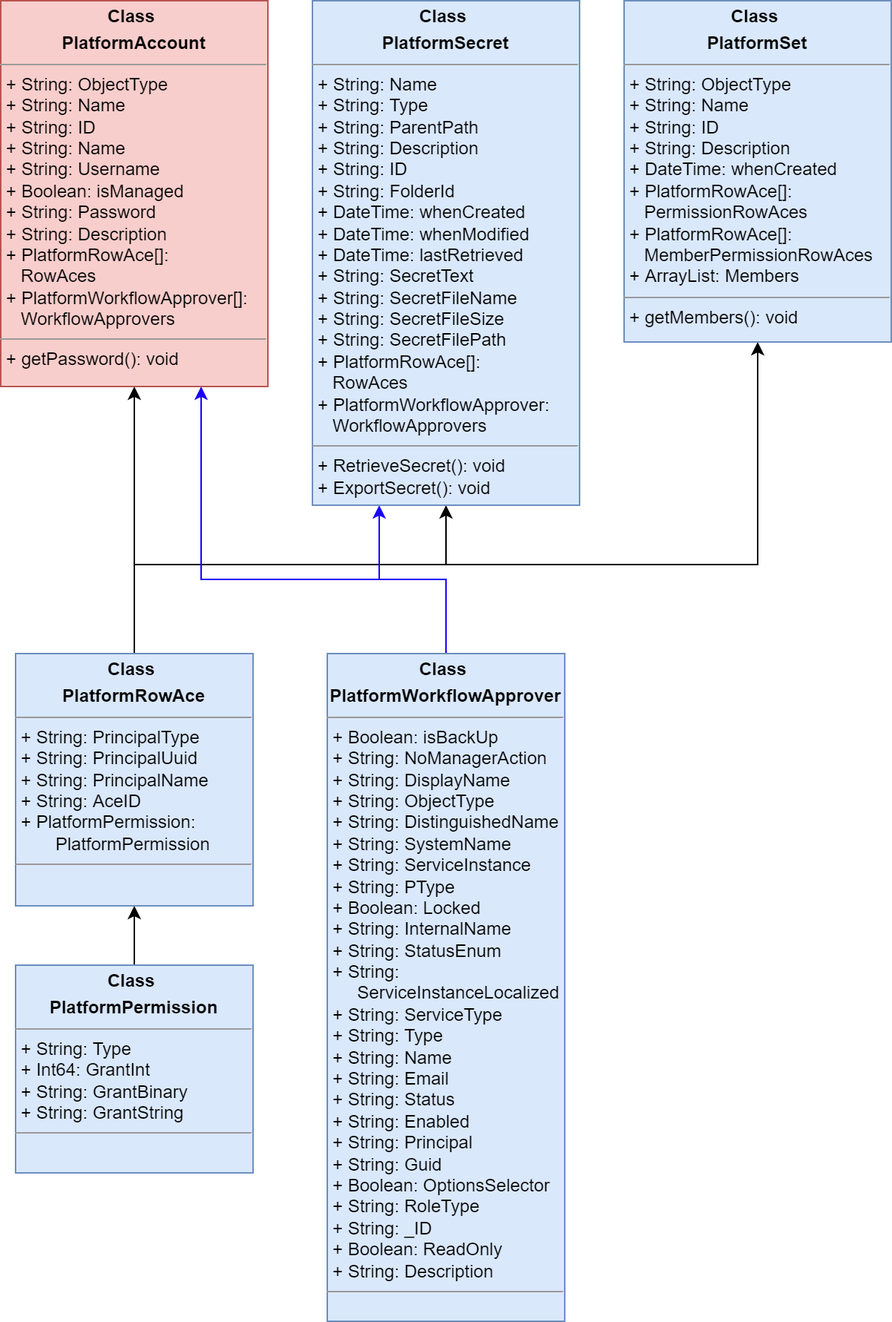
The draw.io diagram PlatformPlusUML.png in dnlrv/PlatformPlus, before a commit. Source tidied: cells renumbered, new cells last; positions are measured from the earlier drawing's top-left corner, leaving out a move shared by most shapes.
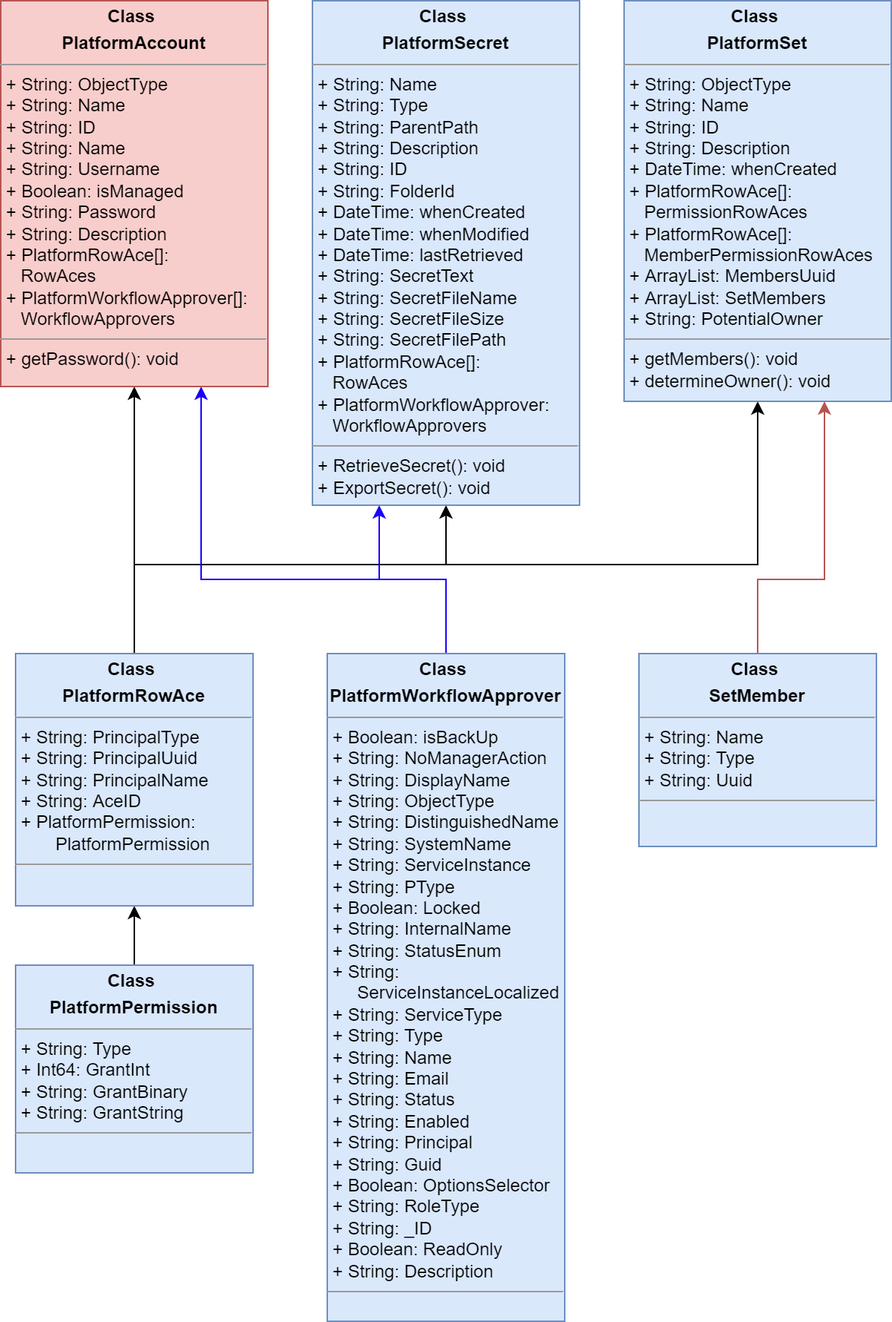
After the commit.

Commit message:
Adding Folder support to Get-PlatformSet

The edit, as a diff of the source:
```diff
@@ -47,11 +47,22 @@
     <mxCell id="11" value="&lt;p style=&quot;margin: 0px ; margin-top: 4px ; text-align: center&quot;&gt;&lt;b&gt;Class&amp;nbsp;&lt;/b&gt;&lt;/p&gt;&lt;p style=&quot;margin: 0px ; margin-top: 4px ; text-align: center&quot;&gt;&lt;b&gt;PlatformSecret&lt;/b&gt;&lt;/p&gt;&lt;hr size=&quot;1&quot;&gt;&lt;p style=&quot;margin: 0px ; margin-left: 4px&quot;&gt;+ String: Name&lt;br&gt;&lt;/p&gt;&lt;p style=&quot;margin: 0px ; margin-left: 4px&quot;&gt;+ String: Type&lt;/p&gt;&lt;p style=&quot;margin: 0px ; margin-left: 4px&quot;&gt;+ String: ParentPath&lt;/p&gt;&lt;p style=&quot;margin: 0px ; margin-left: 4px&quot;&gt;+ String: Description&lt;/p&gt;&lt;p style=&quot;margin: 0px ; margin-left: 4px&quot;&gt;+ String: ID&lt;/p&gt;&lt;p style=&quot;margin: 0px ; margin-left: 4px&quot;&gt;+ String: FolderId&lt;/p&gt;&lt;p style=&quot;margin: 0px ; margin-left: 4px&quot;&gt;+ DateTime: whenCreated&lt;/p&gt;&lt;p style=&quot;margin: 0px ; margin-left: 4px&quot;&gt;+ DateTime: whenModified&lt;/p&gt;&lt;p style=&quot;margin: 0px ; margin-left: 4px&quot;&gt;+ DateTime: lastRetrieved&lt;/p&gt;&lt;p style=&quot;margin: 0px ; margin-left: 4px&quot;&gt;+ String: SecretText&lt;/p&gt;&lt;p style=&quot;margin: 0px ; margin-left: 4px&quot;&gt;+ String: SecretFileName&lt;/p&gt;&lt;p style=&quot;margin: 0px ; margin-left: 4px&quot;&gt;+ String: SecretFileSize&lt;/p&gt;&lt;p style=&quot;margin: 0px ; margin-left: 4px&quot;&gt;+ String: SecretFilePath&lt;/p&gt;&lt;p style=&quot;margin: 0px ; margin-left: 4px&quot;&gt;+ PlatformRowAce[]:&amp;nbsp;&lt;/p&gt;&lt;p style=&quot;margin: 0px ; margin-left: 4px&quot;&gt;&amp;nbsp; &amp;nbsp;RowAces&lt;/p&gt;&lt;p style=&quot;margin: 0px ; margin-left: 4px&quot;&gt;+ PlatformWorkflowApprover:&lt;/p&gt;&lt;p style=&quot;margin: 0px ; margin-left: 4px&quot;&gt;&amp;nbsp; &amp;nbsp;WorkflowApprovers&lt;br&gt;&lt;/p&gt;&lt;hr size=&quot;1&quot;&gt;&lt;p style=&quot;margin: 0px ; margin-left: 4px&quot;&gt;+ RetrieveSecret(): void&lt;/p&gt;&lt;p style=&quot;margin: 0px ; margin-left: 4px&quot;&gt;+ ExportSecret(): void&lt;/p&gt;" style="verticalAlign=top;align=left;overflow=fill;fontSize=12;fontFamily=Helvetica;html=1;fillColor=#dae8fc;strokeColor=#6c8ebf;" parent="1" vertex="1">
       <mxGeometry x="210" width="180" height="340" as="geometry" />
     </mxCell>
-    <mxCell id="12" value="&lt;p style=&quot;margin: 0px ; margin-top: 4px ; text-align: center&quot;&gt;&lt;b&gt;Class&amp;nbsp;&lt;/b&gt;&lt;/p&gt;&lt;p style=&quot;margin: 0px ; margin-top: 4px ; text-align: center&quot;&gt;&lt;b&gt;PlatformSet&lt;/b&gt;&lt;/p&gt;&lt;hr size=&quot;1&quot;&gt;&lt;p style=&quot;margin: 0px ; margin-left: 4px&quot;&gt;+ String: ObjectType&lt;br&gt;&lt;/p&gt;&lt;p style=&quot;margin: 0px ; margin-left: 4px&quot;&gt;+ String: Name&lt;/p&gt;&lt;p style=&quot;margin: 0px ; margin-left: 4px&quot;&gt;+ String: ID&lt;/p&gt;&lt;p style=&quot;margin: 0px ; margin-left: 4px&quot;&gt;+ String: Description&lt;/p&gt;&lt;p style=&quot;margin: 0px ; margin-left: 4px&quot;&gt;+ DateTime: whenCreated&lt;/p&gt;&lt;p style=&quot;margin: 0px ; margin-left: 4px&quot;&gt;+ PlatformRowAce[]:&amp;nbsp;&lt;/p&gt;&lt;p style=&quot;margin: 0px ; margin-left: 4px&quot;&gt;&amp;nbsp; &amp;nbsp;PermissionRowAces&lt;/p&gt;&lt;p style=&quot;margin: 0px ; margin-left: 4px&quot;&gt;+ PlatformRowAce[]:&lt;/p&gt;&lt;p style=&quot;margin: 0px ; margin-left: 4px&quot;&gt;&amp;nbsp; &amp;nbsp;MemberPermissionRowAces&lt;/p&gt;&lt;p style=&quot;margin: 0px ; margin-left: 4px&quot;&gt;+ ArrayList: Members&lt;/p&gt;&lt;hr size=&quot;1&quot;&gt;&lt;p style=&quot;margin: 0px ; margin-left: 4px&quot;&gt;+ getMembers(): void&lt;/p&gt;" style="verticalAlign=top;align=left;overflow=fill;fontSize=12;fontFamily=Helvetica;html=1;fillColor=#dae8fc;strokeColor=#6c8ebf;" parent="1" vertex="1">
-      <mxGeometry x="420" width="180" height="230" as="geometry" />
+    <mxCell id="12" value="&lt;p style=&quot;margin: 0px ; margin-top: 4px ; text-align: center&quot;&gt;&lt;b&gt;Class&amp;nbsp;&lt;/b&gt;&lt;/p&gt;&lt;p style=&quot;margin: 0px ; margin-top: 4px ; text-align: center&quot;&gt;&lt;b&gt;PlatformSet&lt;/b&gt;&lt;/p&gt;&lt;hr size=&quot;1&quot;&gt;&lt;p style=&quot;margin: 0px ; margin-left: 4px&quot;&gt;+ String: ObjectType&lt;br&gt;&lt;/p&gt;&lt;p style=&quot;margin: 0px ; margin-left: 4px&quot;&gt;+ String: Name&lt;/p&gt;&lt;p style=&quot;margin: 0px ; margin-left: 4px&quot;&gt;+ String: ID&lt;/p&gt;&lt;p style=&quot;margin: 0px ; margin-left: 4px&quot;&gt;+ String: Description&lt;/p&gt;&lt;p style=&quot;margin: 0px ; margin-left: 4px&quot;&gt;+ DateTime: whenCreated&lt;/p&gt;&lt;p style=&quot;margin: 0px ; margin-left: 4px&quot;&gt;+ PlatformRowAce[]:&amp;nbsp;&lt;/p&gt;&lt;p style=&quot;margin: 0px ; margin-left: 4px&quot;&gt;&amp;nbsp; &amp;nbsp;PermissionRowAces&lt;/p&gt;&lt;p style=&quot;margin: 0px ; margin-left: 4px&quot;&gt;+ PlatformRowAce[]:&lt;/p&gt;&lt;p style=&quot;margin: 0px ; margin-left: 4px&quot;&gt;&amp;nbsp; &amp;nbsp;MemberPermissionRowAces&lt;/p&gt;&lt;p style=&quot;margin: 0px ; margin-left: 4px&quot;&gt;+ ArrayList: MembersUuid&lt;/p&gt;&lt;p style=&quot;margin: 0px ; margin-left: 4px&quot;&gt;+ ArrayList: SetMembers&lt;/p&gt;&lt;p style=&quot;margin: 0px ; margin-left: 4px&quot;&gt;+ String: PotentialOwner&lt;/p&gt;&lt;hr size=&quot;1&quot;&gt;&lt;p style=&quot;margin: 0px ; margin-left: 4px&quot;&gt;+ getMembers(): void&lt;/p&gt;&lt;p style=&quot;margin: 0px ; margin-left: 4px&quot;&gt;+ determineOwner(): void&lt;/p&gt;" style="verticalAlign=top;align=left;overflow=fill;fontSize=12;fontFamily=Helvetica;html=1;fillColor=#dae8fc;strokeColor=#6c8ebf;" parent="1" vertex="1">
+      <mxGeometry x="420" width="180" height="270" as="geometry" />
     </mxCell>
     <mxCell id="13" value="&lt;p style=&quot;margin: 0px ; margin-top: 4px ; text-align: center&quot;&gt;&lt;b&gt;Class&amp;nbsp;&lt;/b&gt;&lt;/p&gt;&lt;p style=&quot;margin: 0px ; margin-top: 4px ; text-align: center&quot;&gt;&lt;b&gt;PlatformAccount&lt;/b&gt;&lt;/p&gt;&lt;hr size=&quot;1&quot;&gt;&lt;p style=&quot;margin: 0px ; margin-left: 4px&quot;&gt;+ String: ObjectType&lt;br&gt;&lt;/p&gt;&lt;p style=&quot;margin: 0px ; margin-left: 4px&quot;&gt;+ String: Name&lt;/p&gt;&lt;p style=&quot;margin: 0px ; margin-left: 4px&quot;&gt;+ String: ID&lt;/p&gt;&lt;p style=&quot;margin: 0px ; margin-left: 4px&quot;&gt;+ String: Name&lt;/p&gt;&lt;p style=&quot;margin: 0px ; margin-left: 4px&quot;&gt;+ String: Username&lt;/p&gt;&lt;p style=&quot;margin: 0px ; margin-left: 4px&quot;&gt;+ Boolean: isManaged&lt;/p&gt;&lt;p style=&quot;margin: 0px ; margin-left: 4px&quot;&gt;+ String: Password&lt;/p&gt;&lt;p style=&quot;margin: 0px ; margin-left: 4px&quot;&gt;+ String: Description&lt;/p&gt;&lt;p style=&quot;margin: 0px ; margin-left: 4px&quot;&gt;+ PlatformRowAce[]:&lt;/p&gt;&lt;p style=&quot;margin: 0px ; margin-left: 4px&quot;&gt;&amp;nbsp; &amp;nbsp;RowAces&lt;/p&gt;&lt;p style=&quot;margin: 0px ; margin-left: 4px&quot;&gt;+ PlatformWorkflowApprover[]:&lt;/p&gt;&lt;p style=&quot;margin: 0px ; margin-left: 4px&quot;&gt;&amp;nbsp; &amp;nbsp;WorkflowApprovers&lt;br&gt;&lt;/p&gt;&lt;hr size=&quot;1&quot;&gt;&lt;p style=&quot;margin: 0px ; margin-left: 4px&quot;&gt;+ getPassword(): void&lt;/p&gt;" style="verticalAlign=top;align=left;overflow=fill;fontSize=12;fontFamily=Helvetica;html=1;fillColor=#f8cecc;strokeColor=#b85450;" parent="1" vertex="1">
       <mxGeometry width="180" height="260" as="geometry" />
     </mxCell>
+    <mxCell id="14" style="edgeStyle=orthogonalEdgeStyle;rounded=0;jettySize=auto;html=1;entryX=0.75;entryY=1;entryDx=0;entryDy=0;fillColor=#f8cecc;strokeColor=#b85450;" parent="1" edge="1" source="15" target="12">
+      <mxGeometry relative="1" as="geometry">
+        <Array as="points">
+          <mxPoint x="510" y="390" />
+          <mxPoint x="555" y="390" />
+        </Array>
+      </mxGeometry>
+    </mxCell>
+    <mxCell id="15" value="&lt;p style=&quot;margin: 0px ; margin-top: 4px ; text-align: center&quot;&gt;&lt;b&gt;Class&amp;nbsp;&lt;/b&gt;&lt;/p&gt;&lt;p style=&quot;margin: 0px ; margin-top: 4px ; text-align: center&quot;&gt;&lt;b&gt;SetMember&lt;/b&gt;&lt;/p&gt;&lt;hr size=&quot;1&quot;&gt;&lt;p style=&quot;margin: 0px ; margin-left: 4px&quot;&gt;+ String: Name&lt;/p&gt;&lt;p style=&quot;margin: 0px ; margin-left: 4px&quot;&gt;+ String: Type&lt;/p&gt;&lt;p style=&quot;margin: 0px ; margin-left: 4px&quot;&gt;+ String: Uuid&lt;br&gt;&lt;/p&gt;&lt;hr size=&quot;1&quot;&gt;&lt;p style=&quot;margin: 0px ; margin-left: 4px&quot;&gt;&lt;br&gt;&lt;/p&gt;" style="verticalAlign=top;align=left;overflow=fill;fontSize=12;fontFamily=Helvetica;html=1;fillColor=#dae8fc;strokeColor=#6c8ebf;" parent="1" vertex="1">
+      <mxGeometry x="430" y="440" width="160" height="130" as="geometry" />
+    </mxCell>
   </root>
 </mxGraphModel>
```
